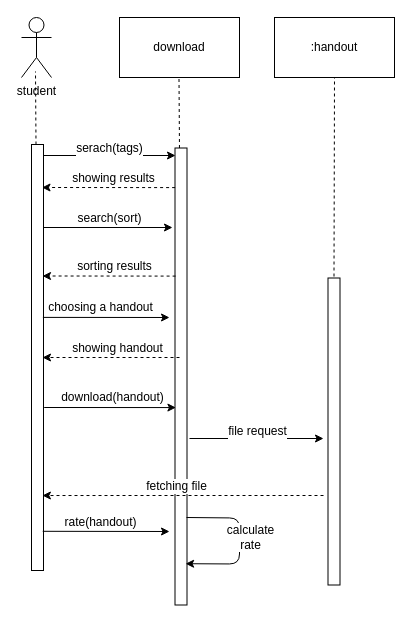
This is sequence Diagram download handout.drawio from m-bassiri/HamyarApp, a draw.io file, before an edit. Source tidied: cells renumbered, new cells numbered last; positions are measured from the earlier drawing's top-left corner, leaving out a move shared by most shapes. Both pictures are drawn from the tidied source at 100%, with x=0, y=0 at pixel (-176, 17).
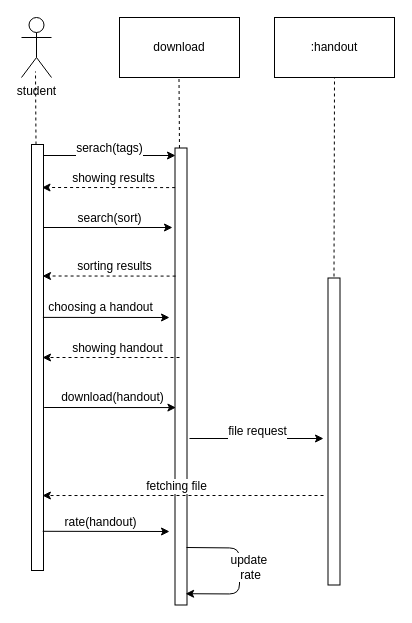
After the change.

The edit, as a diff of the source:
```diff
@@
     <mxCell id="31" style="endArrow=classic;html=1;entryX=0.044;entryY=0.958;entryDx=0;entryDy=0;entryPerimeter=0;exitX=0.153;exitY=1.03;exitDx=0;exitDy=0;exitPerimeter=0;" parent="1" edge="1">
       <mxGeometry relative="1" as="geometry">
-        <mxPoint x="362" y="500" as="sourcePoint" />
-        <mxPoint x="361.1" y="546.2" as="targetPoint" />
+        <mxPoint x="362" y="530" as="sourcePoint" />
+        <mxPoint x="361.1" y="576.2" as="targetPoint" />
         <Array as="points">
-          <mxPoint x="415" y="500.5" />
-          <mxPoint x="415" y="546.5" />
+          <mxPoint x="415" y="530.5" />
+          <mxPoint x="415" y="576.5" />
         </Array>
       </mxGeometry>
     </mxCell>
-    <mxCell id="32" value="calculate &lt;br&gt;rate" style="text;html=1;align=center;verticalAlign=middle;labelBackgroundColor=#ffffff;" parent="31" vertex="1">
+    <mxCell id="32" value="update&amp;nbsp;&lt;br&gt;rate" style="text;html=1;align=center;verticalAlign=middle;labelBackgroundColor=#ffffff;" parent="31" vertex="1">
       <mxGeometry x="-0.12" y="5" relative="1" as="geometry">
         <mxPoint x="5" y="5.5" as="offset" />
       </mxGeometry>
     </mxCell>
```
